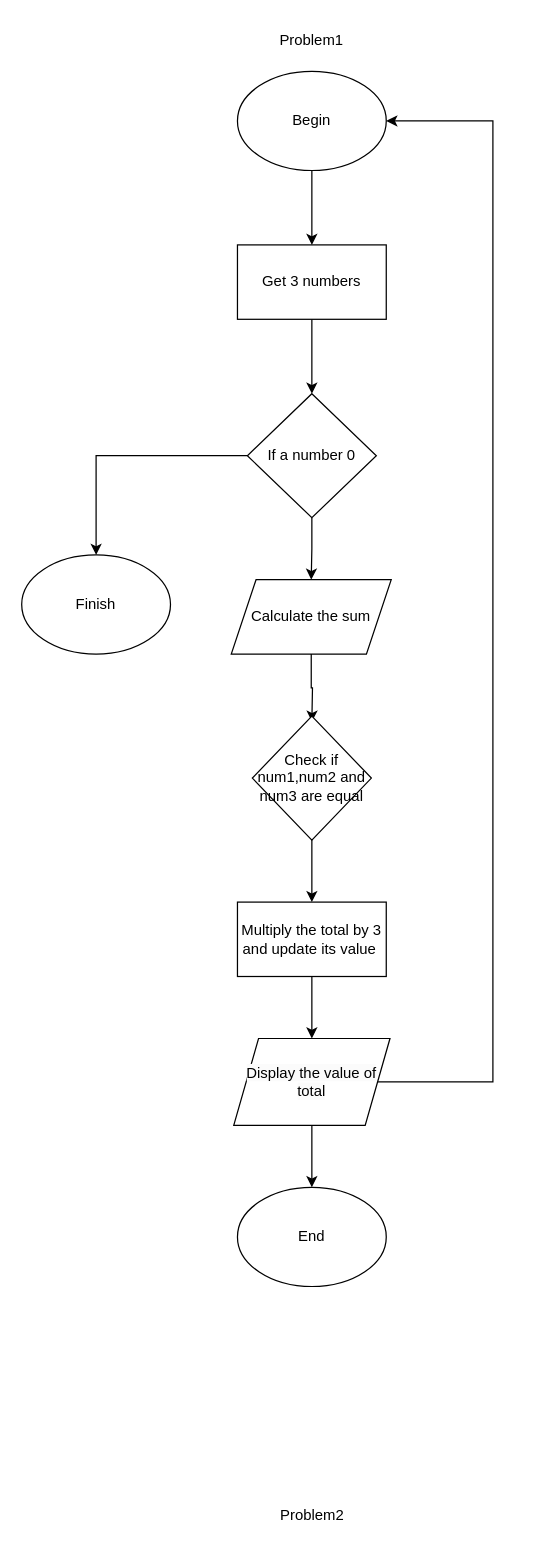
The draw.io diagram Başlıksız Diyagram.drawio in KaXaBlanka/python-assignment, before the edit. Source tidied: cells renumbered, new cells numbered last; positions are measured from the earlier drawing's top-left corner, leaving out a move shared by most shapes. Both pictures are drawn from the tidied source at 124%, with x=0, y=0 at pixel (21, 21).
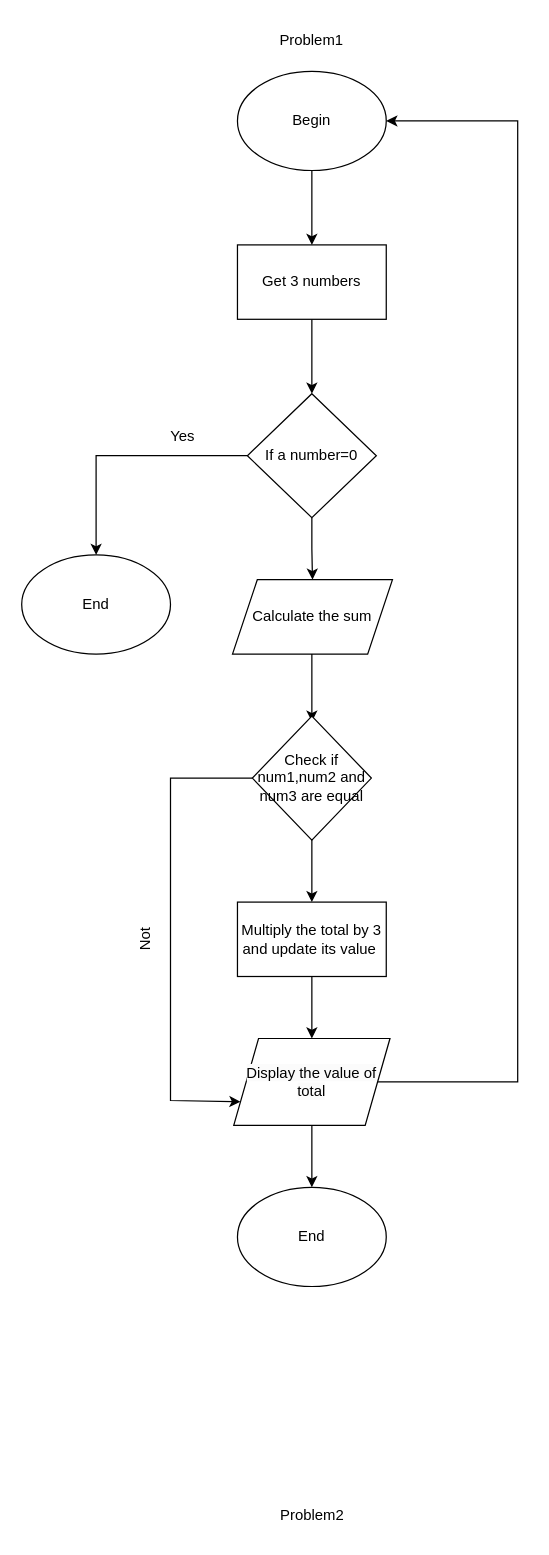
After the change.

The change refers to these unchanged cells:
```xml
<mxCell id="4" value="Begin" style="ellipse;whiteSpace=wrap;html=1;" parent="1" vertex="1">
  <mxGeometry x="174" y="40" width="120" height="80" as="geometry" />
</mxCell>
<mxCell id="14" value="Check if num1,num2 and num3 are equal" style="rhombus;whiteSpace=wrap;html=1;" parent="1" vertex="1">
  <mxGeometry x="186" y="560" width="96" height="100" as="geometry" />
</mxCell>
<mxCell id="19" value="&lt;span style=&quot;caret-color: rgb(0, 0, 0); color: rgb(0, 0, 0); font-family: Helvetica; font-size: 12px; font-style: normal; font-variant-caps: normal; font-weight: 400; letter-spacing: normal; text-align: center; text-indent: 0px; text-transform: none; word-spacing: 0px; -webkit-text-stroke-width: 0px; background-color: rgb(251, 251, 251); text-decoration: none; float: none; display: inline !important;&quot;&gt;Display the value of total&lt;/span&gt;" style="shape=parallelogram;perimeter=parallelogramPerimeter;whiteSpace=wrap;html=1;fixedSize=1;" parent="1" vertex="1">
  <mxGeometry x="171" y="820" width="126" height="70" as="geometry" />
</mxCell>
```

Diff of the diagram source:
```diff
@@
-    <mxCell id="9" value="If a number 0" style="rhombus;whiteSpace=wrap;html=1;" parent="1" vertex="1">
+    <mxCell id="9" value="If a number=0" style="rhombus;whiteSpace=wrap;html=1;" parent="1" vertex="1">
       <mxGeometry x="182" y="300" width="104" height="100" as="geometry" />
     </mxCell>
-    <mxCell id="10" value="Finish" style="ellipse;whiteSpace=wrap;html=1;" parent="1" vertex="1">
+    <mxCell id="10" value="End" style="ellipse;whiteSpace=wrap;html=1;" parent="1" vertex="1">
       <mxGeometry y="430" width="120" height="80" as="geometry" />
     </mxCell>
@@
     <mxCell id="12" value="Calculate the sum" style="shape=parallelogram;perimeter=parallelogramPerimeter;whiteSpace=wrap;html=1;fixedSize=1;" parent="1" vertex="1">
-      <mxGeometry x="169" y="450" width="129" height="60" as="geometry" />
+      <mxGeometry x="170" y="450" width="129" height="60" as="geometry" />
     </mxCell>
@@
+    <mxCell id="22" style="edgeStyle=orthogonalEdgeStyle;rounded=0;jettySize=auto;html=1;entryX=0;entryY=0.75;entryDx=0;entryDy=0;" parent="1" edge="1" source="14" target="19">
+      <mxGeometry relative="1" as="geometry">
+        <Array as="points">
+          <mxPoint x="120" y="610" />
+          <mxPoint x="120" y="870" />
+        </Array>
+      </mxGeometry>
+    </mxCell>
@@
     <mxCell id="18" style="edgeStyle=orthogonalEdgeStyle;rounded=0;jettySize=auto;html=1;entryX=1;entryY=0.5;entryDx=0;entryDy=0;" parent="1" edge="1" source="19" target="4">
       <mxGeometry relative="1" as="geometry">
         <Array as="points">
-          <mxPoint x="380" y="855" />
-          <mxPoint x="380" y="80" />
+          <mxPoint x="400" y="855" />
+          <mxPoint x="400" y="80" />
         </Array>
       </mxGeometry>
     </mxCell>
@@
+    <mxCell id="23" value="Not" style="text;html=1;strokeColor=none;fillColor=none;align=center;verticalAlign=middle;whiteSpace=wrap;rounded=0;rotation=270;" parent="1" vertex="1">
+      <mxGeometry x="70" y="725" width="60" height="30" as="geometry" />
+    </mxCell>
+    <mxCell id="24" value="Yes" style="text;html=1;strokeColor=none;fillColor=none;align=center;verticalAlign=middle;whiteSpace=wrap;rounded=0;" parent="1" vertex="1">
+      <mxGeometry x="100" y="320" width="60" height="30" as="geometry" />
+    </mxCell>
```
